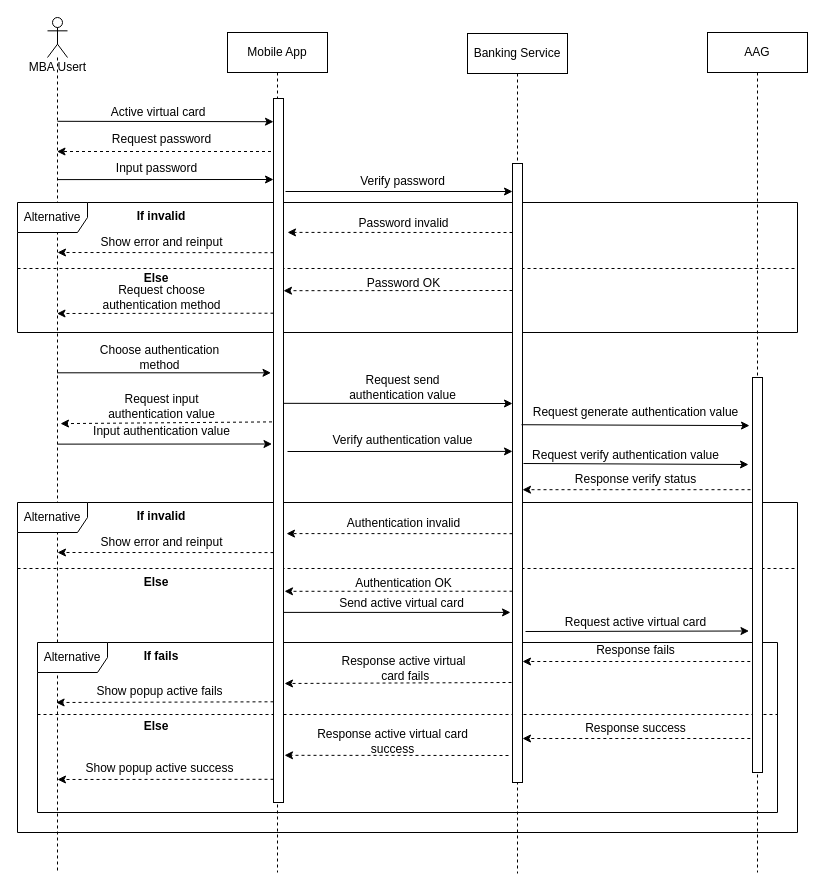
lyminh1994/diagram keeps this draw.io diagram as page "Active-virtual-card" (5 of 14) of Sequence Diagram.drawio. Above is the earlier version. Source tidied: cells renumbered, new cells numbered last; positions are measured from the earlier drawing's top-left corner, leaving out a move shared by most shapes. Both pictures are drawn from the tidied source at 100%, with x=0, y=0 at pixel (17, 17).
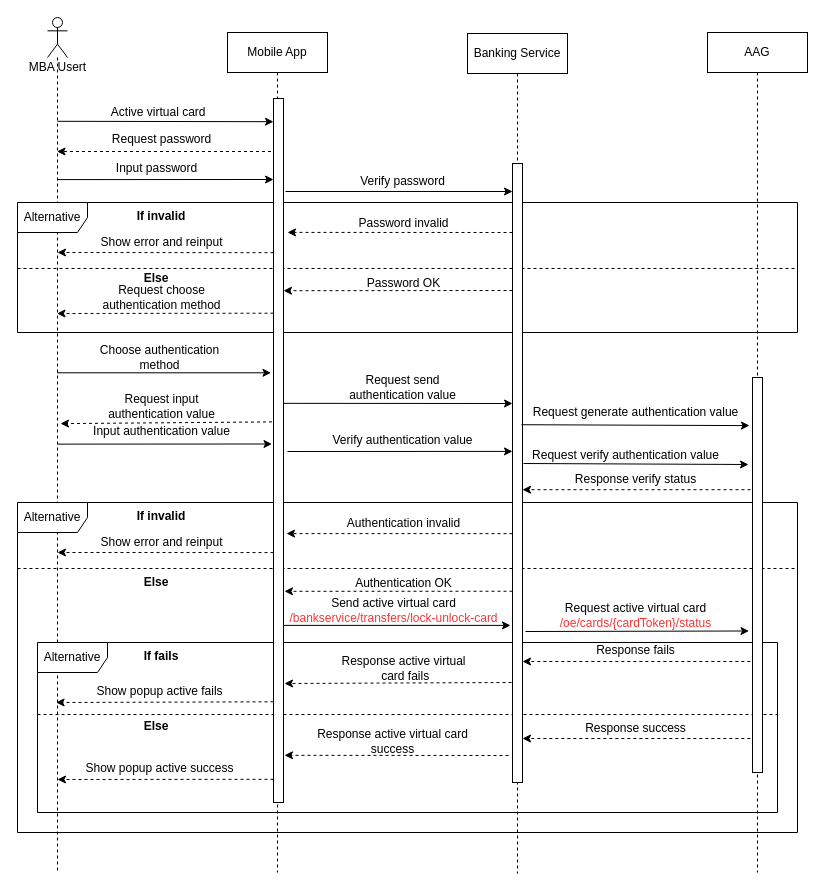
The same diagram, later.

What changed in the source:
```diff
@@
-    <mxCell id="17" value="Send active virtual card" style="text;html=1;align=center;verticalAlign=middle;strokeColor=none;fontSize=12;" parent="1" vertex="1">
-      <mxGeometry x="313.8" y="576" width="140" height="20" as="geometry" />
+    <mxCell id="17" value="Send active virtual card&lt;br&gt;&lt;font color=&quot;#ff3333&quot;&gt;/bankservice/transfers/lock-unlock-card&lt;/font&gt;" style="text;html=1;align=center;verticalAlign=middle;strokeColor=none;fontSize=12;" parent="1" vertex="1">
+      <mxGeometry x="265.8" y="578" width="220" height="30" as="geometry" />
     </mxCell>
-    <mxCell id="18" value="Request active virtual card" style="text;html=1;align=center;verticalAlign=middle;strokeColor=none;fontSize=12;" parent="1" vertex="1">
-      <mxGeometry x="537.8" y="595" width="160" height="20" as="geometry" />
+    <mxCell id="18" value="Request active virtual card&lt;br&gt;&lt;font color=&quot;#ff3333&quot;&gt;/oe/cards/{cardToken}/status&lt;/font&gt;" style="text;html=1;align=center;verticalAlign=middle;strokeColor=none;fontSize=12;" parent="1" vertex="1">
+      <mxGeometry x="532.8" y="583" width="170" height="30" as="geometry" />
     </mxCell>
@@
     <mxCell id="25" style="edgeStyle=none;rounded=0;orthogonalLoop=1;jettySize=auto;html=1;entryX=-0.2;entryY=0.052;entryDx=0;entryDy=0;entryPerimeter=0;fontSize=12;exitX=0.9;exitY=0.73;exitDx=0;exitDy=0;exitPerimeter=0;" parent="1" edge="1">
       <mxGeometry relative="1" as="geometry">
-        <mxPoint x="265" y="594.9" as="sourcePoint" />
-        <mxPoint x="493" y="594.9" as="targetPoint" />
+        <mxPoint x="265" y="607.9" as="sourcePoint" />
+        <mxPoint x="493" y="607.9" as="targetPoint" />
       </mxGeometry>
     </mxCell>
```
